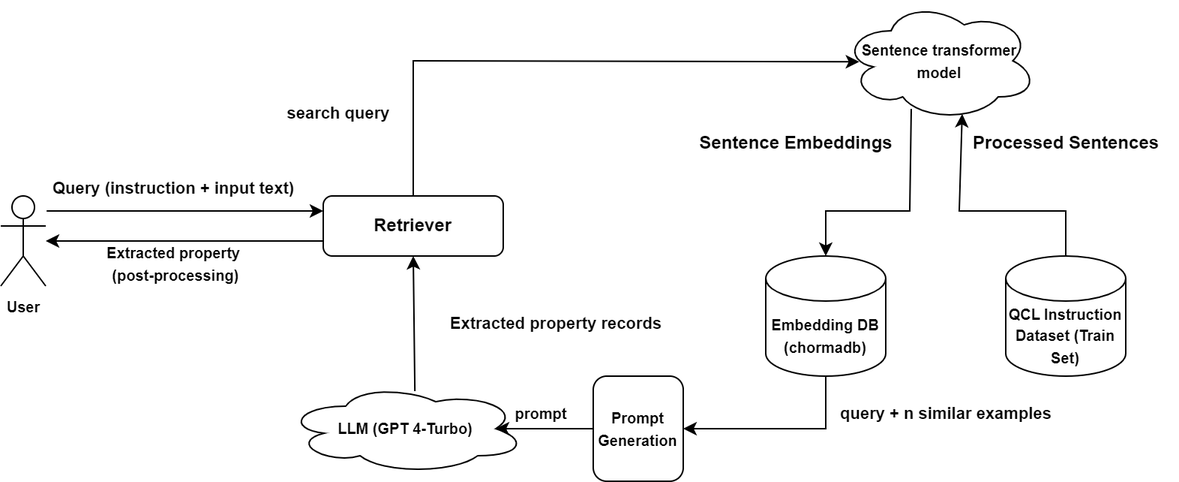
This is Images/RAG_Pipeline.png from DeperiasKerre/qKG, a draw.io export, as it was before one commit. Source tidied: cells renumbered, new cells last; positions are measured from the earlier drawing's top-left corner, leaving out a move shared by most shapes.
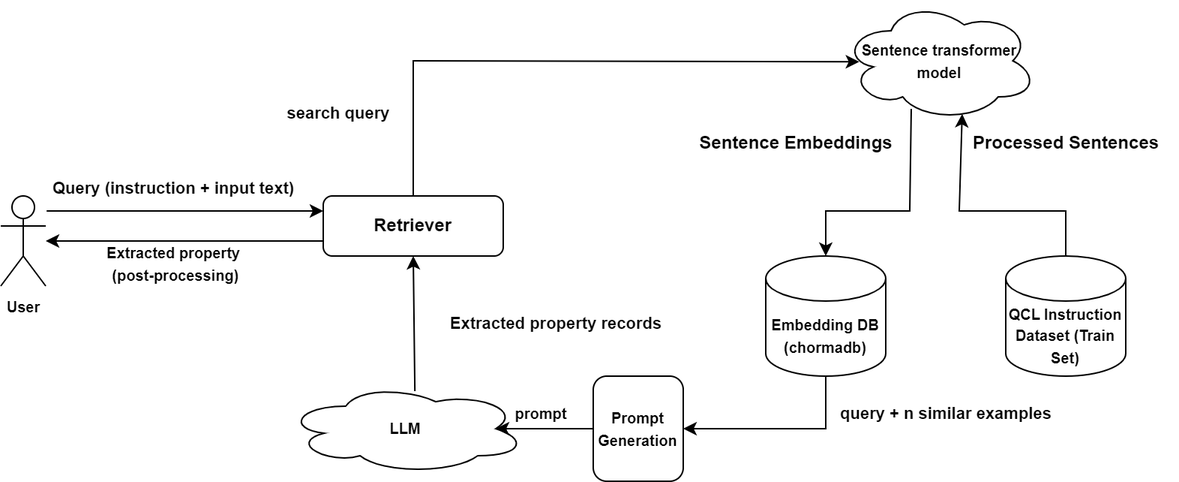
The same diagram one commit later.

The edit, as a diff of the source:
```diff
@@ -59,7 +59,7 @@
     <mxCell id="14" value="&lt;font style=&quot;font-size: 10px;&quot;&gt;&lt;b&gt;Prompt Generation&lt;/b&gt;&lt;/font&gt;" style="rounded=1;whiteSpace=wrap;html=1;" parent="1" vertex="1">
       <mxGeometry x="395" y="250" width="60" height="70" as="geometry" />
     </mxCell>
-    <mxCell id="15" value="&lt;font style=&quot;font-size: 10px;&quot;&gt;&lt;b&gt;LLM (GPT 4-Turbo)&lt;/b&gt;&lt;/font&gt;" style="ellipse;shape=cloud;whiteSpace=wrap;html=1;" parent="1" vertex="1">
+    <mxCell id="15" value="&lt;font style=&quot;font-size: 10px;&quot;&gt;&lt;b&gt;LLM&lt;/b&gt;&lt;/font&gt;" style="ellipse;shape=cloud;whiteSpace=wrap;html=1;" parent="1" vertex="1">
       <mxGeometry x="190" y="255" width="160" height="60" as="geometry" />
     </mxCell>
     <mxCell id="16" style="endArrow=classic;html=1;rounded=0;entryX=0.875;entryY=0.5;entryDx=0;entryDy=0;entryPerimeter=0;exitX=0;exitY=0.5;exitDx=0;exitDy=0;" parent="1" edge="1" source="14" target="15">
```
